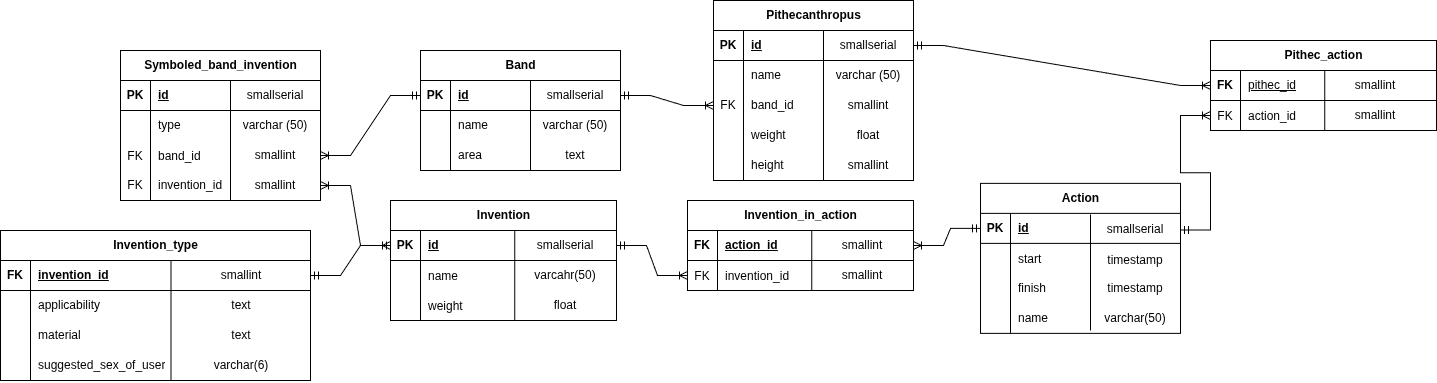
Gh0st1yAnge1/ITMO keeps this draw.io diagram as ISDB/1 (Pithecanthropuses)/Datalogical Model.png. Above is the earlier version. Source tidied: cells renumbered, new cells last; positions are measured from the earlier drawing's top-left corner, leaving out a move shared by most shapes.
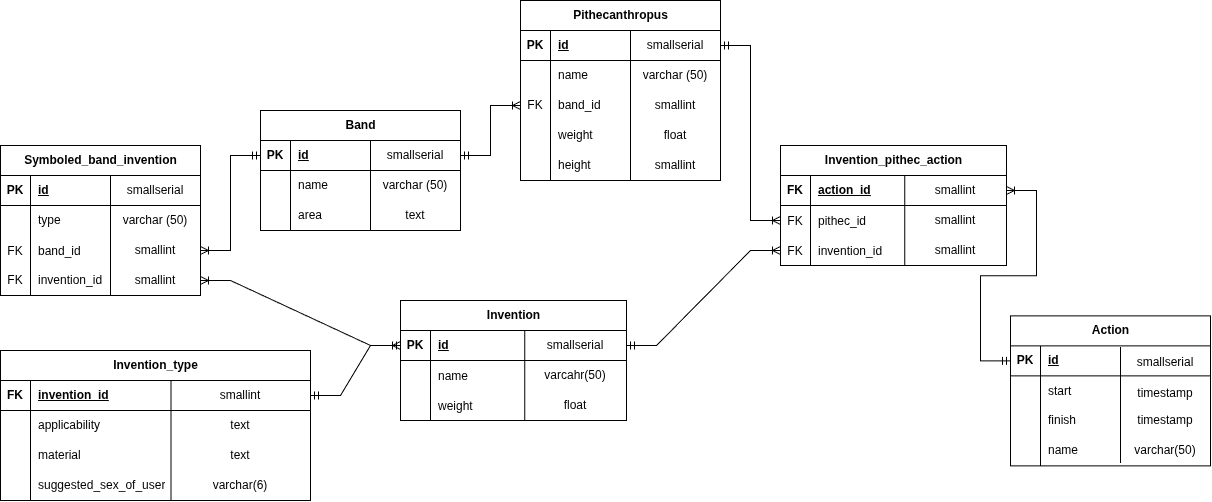
Later version of the same file.

Diff of the diagram source:
```diff
@@ -3,7 +3,7 @@
     <mxCell id="0" />
     <mxCell id="1" parent="0" />
     <mxCell id="2" style="group;" parent="1" vertex="1">
-      <mxGeometry x="420" y="50" width="200" height="120" as="geometry" />
+      <mxGeometry x="420" y="60" width="200" height="120" as="geometry" />
     </mxCell>
     <mxCell id="3" value="Band" style="shape=table;startSize=30;rowLines=0;fontStyle=1;align=center;html=1;" parent="2" vertex="1">
       <mxGeometry width="200" height="120" as="geometry" />
@@ -48,7 +48,7 @@
       <mxGeometry relative="1" as="geometry" />
     </mxCell>
     <mxCell id="17" style="group;" parent="1" vertex="1">
-      <mxGeometry x="713" width="200" height="150" as="geometry" />
+      <mxGeometry x="680" y="-50" width="200" height="180" as="geometry" />
     </mxCell>
     <mxCell id="18" value="Pithecanthropus" style="shape=table;startSize=30;rowLines=0;fontStyle=1;align=center;html=1;" parent="17" vertex="1">
       <mxGeometry width="200" height="180" as="geometry" />
@@ -110,8 +110,14 @@
     <mxCell id="37" value="float" style="text;html=1;whiteSpace=wrap;strokeColor=none;fillColor=none;align=center;verticalAlign=middle;rounded=0;" parent="17" vertex="1">
       <mxGeometry x="110" y="120" width="90" height="30" as="geometry" />
     </mxCell>
+    <mxCell id="140" value="smallin&lt;span style=&quot;background-color: transparent; color: light-dark(rgb(0, 0, 0), rgb(255, 255, 255));&quot;&gt;t&lt;/span&gt;" style="text;html=1;whiteSpace=wrap;strokeColor=none;fillColor=none;align=center;verticalAlign=middle;rounded=0;" parent="17" vertex="1">
+      <mxGeometry x="110" y="150" width="90" height="30" as="geometry" />
+    </mxCell>
+    <mxCell id="141" style="endArrow=none;html=1;rounded=0;entryX=0;entryY=0;entryDx=0;entryDy=0;exitX=0;exitY=1;exitDx=0;exitDy=0;" parent="17" edge="1" source="140" target="34">
+      <mxGeometry relative="1" as="geometry" />
+    </mxCell>
     <mxCell id="38" style="group;" parent="1" vertex="1">
-      <mxGeometry x="980" y="185" width="200" height="145" as="geometry" />
+      <mxGeometry x="1170" y="267.5" width="200" height="145" as="geometry" />
     </mxCell>
     <mxCell id="39" value="Action" style="shape=table;startSize=30;rowLines=0;fontStyle=1;align=center;html=1;" parent="38" vertex="1">
       <mxGeometry y="-2.1" width="200" height="150" as="geometry" />
@@ -168,7 +174,7 @@
       <mxGeometry x="110" y="120" width="90" height="25" as="geometry" />
     </mxCell>
     <mxCell id="57" style="group;" parent="1" vertex="1">
-      <mxGeometry x="390" y="200" width="226" height="180" as="geometry" />
+      <mxGeometry x="560" y="250" width="226" height="180" as="geometry" />
     </mxCell>
     <mxCell id="58" value="Invention" style="shape=table;startSize=30;rowLines=0;fontStyle=1;align=center;html=1;" parent="57" vertex="1">
       <mxGeometry width="226" height="120" as="geometry" />
@@ -213,7 +219,7 @@
       <mxGeometry relative="1" as="geometry" />
     </mxCell>
     <mxCell id="72" style="group;" parent="1" vertex="1">
-      <mxGeometry y="230" width="310" height="150" as="geometry" />
+      <mxGeometry x="160" y="300" width="310" height="150" as="geometry" />
     </mxCell>
     <mxCell id="73" value="Invention_type" style="shape=table;startSize=30;rowLines=0;fontStyle=1;align=center;html=1;" parent="72" vertex="1">
       <mxGeometry width="310" height="150" as="geometry" />
@@ -270,7 +276,7 @@
       <mxGeometry x="170.5" y="120" width="139.5" height="30" as="geometry" />
     </mxCell>
     <mxCell id="91" style="group;" parent="1" vertex="1">
-      <mxGeometry x="120" y="50" width="200" height="150" as="geometry" />
+      <mxGeometry x="160" y="95" width="200" height="150" as="geometry" />
     </mxCell>
     <mxCell id="92" value="Symboled_band_invention" style="shape=table;startSize=30;rowLines=0;fontStyle=1;align=center;html=1;" parent="91" vertex="1">
       <mxGeometry width="200" height="150" as="geometry" />
@@ -333,10 +339,10 @@
       <mxGeometry relative="1" as="geometry" />
     </mxCell>
     <mxCell id="112" style="group;" parent="1" vertex="1">
-      <mxGeometry x="687" y="200" width="226" height="90" as="geometry" />
+      <mxGeometry x="940" y="95" width="226" height="120" as="geometry" />
     </mxCell>
-    <mxCell id="113" value="Invention_in_action" style="shape=table;startSize=30;rowLines=0;fontStyle=1;align=center;html=1;" parent="112" vertex="1">
-      <mxGeometry width="226" height="90" as="geometry" />
+    <mxCell id="113" value="Invention_pithec_action" style="shape=table;startSize=30;rowLines=0;fontStyle=1;align=center;html=1;" parent="112" vertex="1">
+      <mxGeometry width="226" height="120" as="geometry" />
     </mxCell>
     <mxCell id="114" style="shape=tableRow;horizontal=0;startSize=0;swimlaneHead=0;swimlaneBody=0;fillColor=none;top=0;left=0;right=0;bottom=1;" parent="113" vertex="1">
       <mxGeometry y="30" width="226" height="30" as="geometry" />
@@ -353,61 +359,34 @@
     <mxCell id="118" value="FK" style="shape=partialRectangle;fillColor=none;top=0;left=0;bottom=0;right=0;overflow=hidden;" parent="117" vertex="1">
       <mxGeometry width="30" height="30" as="geometry" />
     </mxCell>
-    <mxCell id="119" value="invention_id" style="shape=partialRectangle;fillColor=none;top=0;left=0;bottom=0;right=0;align=left;spacingLeft=6;overflow=hidden;" parent="117" vertex="1">
+    <mxCell id="119" value="pithec_id" style="shape=partialRectangle;fillColor=none;top=0;left=0;bottom=0;right=0;align=left;spacingLeft=6;overflow=hidden;" parent="117" vertex="1">
       <mxGeometry x="30" width="196" height="30" as="geometry" />
     </mxCell>
+    <mxCell id="142" style="shape=tableRow;horizontal=0;startSize=0;swimlaneHead=0;swimlaneBody=0;fillColor=none;points=[[0,0.5],[1,0.5]];portConstraint=eastwest;top=0;left=0;right=0;bottom=0;" parent="113" vertex="1">
+      <mxGeometry y="90" width="226" height="30" as="geometry" />
+    </mxCell>
+    <mxCell id="129" value="FK" style="shape=partialRectangle;fillColor=none;top=0;left=0;bottom=0;right=0;overflow=hidden;" parent="142" vertex="1">
+      <mxGeometry width="30" height="30" as="geometry" />
+    </mxCell>
+    <mxCell id="143" value="invention_id" style="shape=partialRectangle;fillColor=none;top=0;left=0;bottom=0;right=0;align=left;spacingLeft=6;overflow=hidden;" parent="142" vertex="1">
+      <mxGeometry x="30" width="196" height="30" as="geometry" />
+    </mxCell>
     <mxCell id="120" value="smallint" style="text;html=1;whiteSpace=wrap;strokeColor=none;fillColor=none;align=center;verticalAlign=middle;rounded=0;" parent="112" vertex="1">
       <mxGeometry x="124.3" y="30" width="101.7" height="30" as="geometry" />
     </mxCell>
     <mxCell id="121" value="smallint" style="text;html=1;whiteSpace=wrap;strokeColor=none;fillColor=none;align=center;verticalAlign=middle;rounded=0;" parent="112" vertex="1">
       <mxGeometry x="124.3" y="60" width="101.7" height="30" as="geometry" />
     </mxCell>
+    <mxCell id="144" value="smallint" style="text;html=1;whiteSpace=wrap;strokeColor=none;fillColor=none;align=center;verticalAlign=middle;rounded=0;" parent="112" vertex="1">
+      <mxGeometry x="124.3" y="90" width="101.7" height="30" as="geometry" />
+    </mxCell>
-    <mxCell id="122" style="endArrow=none;html=1;rounded=0;entryX=0;entryY=0;entryDx=0;entryDy=0;exitX=0;exitY=1;exitDx=0;exitDy=0;" parent="112" edge="1" source="121" target="120">
+    <mxCell id="122" style="endArrow=none;html=1;rounded=0;entryX=0;entryY=0;entryDx=0;entryDy=0;exitX=0;exitY=1;exitDx=0;exitDy=0;" parent="112" edge="1" source="144" target="120">
       <mxGeometry relative="1" as="geometry" />
     </mxCell>
-    <mxCell id="123" style="group;" parent="1" vertex="1">
-      <mxGeometry x="1200" y="40" width="226" height="90" as="geometry" />
-    </mxCell>
-    <mxCell id="124" value="Pithec_action" style="shape=table;startSize=30;rowLines=0;fontStyle=1;align=center;html=1;" parent="123" vertex="1">
-      <mxGeometry x="10" width="226" height="90" as="geometry" />
-    </mxCell>
-    <mxCell id="125" style="shape=tableRow;horizontal=0;startSize=0;swimlaneHead=0;swimlaneBody=0;fillColor=none;points=[[0,0.5],[1,0.5]];portConstraint=eastwest;top=0;left=0;right=0;bottom=1;" parent="124" vertex="1">
-      <mxGeometry y="30" width="226" height="30" as="geometry" />
-    </mxCell>
-    <mxCell id="126" value="FK" style="shape=partialRectangle;fillColor=none;top=0;left=0;bottom=0;right=0;fontStyle=1;overflow=hidden;whiteSpace=wrap;html=1;" parent="125" vertex="1">
-      <mxGeometry width="30" height="30" as="geometry" />
-    </mxCell>
-    <mxCell id="127" value="&lt;span style=&quot;font-weight: normal;&quot;&gt;pithec_id&lt;/span&gt;" style="shape=partialRectangle;fillColor=none;top=0;left=0;bottom=0;right=0;align=left;spacingLeft=6;fontStyle=5;overflow=hidden;whiteSpace=wrap;html=1;" parent="125" vertex="1">
-      <mxGeometry x="30" width="196" height="30" as="geometry" />
-    </mxCell>
-    <mxCell id="128" style="shape=tableRow;horizontal=0;startSize=0;swimlaneHead=0;swimlaneBody=0;fillColor=none;points=[[0,0.5],[1,0.5]];portConstraint=eastwest;top=0;left=0;right=0;bottom=0;" parent="124" vertex="1">
-      <mxGeometry y="60" width="226" height="30" as="geometry" />
-    </mxCell>
-    <mxCell id="129" value="FK" style="shape=partialRectangle;fillColor=none;top=0;left=0;bottom=0;right=0;overflow=hidden;" parent="128" vertex="1">
-      <mxGeometry width="30" height="30" as="geometry" />
-    </mxCell>
-    <mxCell id="130" value="action_id" style="shape=partialRectangle;fillColor=none;top=0;left=0;bottom=0;right=0;align=left;spacingLeft=6;overflow=hidden;" parent="128" vertex="1">
-      <mxGeometry x="30" width="196" height="30" as="geometry" />
-    </mxCell>
-    <mxCell id="131" value="smallint" style="text;html=1;whiteSpace=wrap;strokeColor=none;fillColor=none;align=center;verticalAlign=middle;rounded=0;" parent="123" vertex="1">
-      <mxGeometry x="124.3" y="30" width="101.7" height="30" as="geometry" />
-    </mxCell>
-    <mxCell id="132" value="smallint" style="text;html=1;whiteSpace=wrap;strokeColor=none;fillColor=none;align=center;verticalAlign=middle;rounded=0;" parent="123" vertex="1">
-      <mxGeometry x="124.3" y="60" width="101.7" height="30" as="geometry" />
-    </mxCell>
-    <mxCell id="133" style="endArrow=none;html=1;rounded=0;entryX=0;entryY=0;entryDx=0;entryDy=0;exitX=0;exitY=1;exitDx=0;exitDy=0;" parent="123" edge="1" source="132" target="131">
-      <mxGeometry relative="1" as="geometry" />
-    </mxCell>
-    <mxCell id="134" style="edgeStyle=entityRelationEdgeStyle;fontSize=12;html=1;endArrow=ERoneToMany;startArrow=ERmandOne;rounded=0;entryX=0;entryY=0.5;entryDx=0;entryDy=0;exitX=1;exitY=0.5;exitDx=0;exitDy=0;" parent="1" edge="1" source="34" target="125">
-      <mxGeometry relative="1" as="geometry" />
-    </mxCell>
-    <mxCell id="135" style="edgeStyle=entityRelationEdgeStyle;fontSize=12;html=1;endArrow=ERoneToMany;startArrow=ERmandOne;rounded=0;entryX=0;entryY=0.5;entryDx=0;entryDy=0;exitX=1;exitY=0.5;exitDx=0;exitDy=0;" parent="1" edge="1" source="52" target="128">
-      <mxGeometry relative="1" as="geometry" />
-    </mxCell>
     <mxCell id="136" style="edgeStyle=entityRelationEdgeStyle;fontSize=12;html=1;endArrow=ERoneToMany;startArrow=ERmandOne;rounded=0;exitX=0;exitY=0.5;exitDx=0;exitDy=0;entryX=1;entryY=0.5;entryDx=0;entryDy=0;" parent="1" edge="1" source="40" target="120">
       <mxGeometry relative="1" as="geometry" />
     </mxCell>
-    <mxCell id="137" style="edgeStyle=entityRelationEdgeStyle;fontSize=12;html=1;endArrow=ERoneToMany;startArrow=ERmandOne;rounded=0;entryX=0;entryY=0.5;entryDx=0;entryDy=0;exitX=1;exitY=0.5;exitDx=0;exitDy=0;" parent="1" edge="1" source="68" target="117">
+    <mxCell id="137" style="edgeStyle=entityRelationEdgeStyle;fontSize=12;html=1;endArrow=ERoneToMany;startArrow=ERmandOne;rounded=0;entryX=0;entryY=0.5;entryDx=0;entryDy=0;exitX=1;exitY=0.5;exitDx=0;exitDy=0;" parent="1" edge="1" source="68" target="142">
       <mxGeometry relative="1" as="geometry" />
     </mxCell>
     <mxCell id="138" style="edgeStyle=entityRelationEdgeStyle;fontSize=12;html=1;endArrow=ERoneToMany;startArrow=ERmandOne;rounded=0;entryX=1;entryY=0.5;entryDx=0;entryDy=0;exitX=0;exitY=0.5;exitDx=0;exitDy=0;" parent="1" edge="1" source="59" target="109">
@@ -416,11 +395,8 @@
     <mxCell id="139" style="edgeStyle=entityRelationEdgeStyle;fontSize=12;html=1;endArrow=ERoneToMany;startArrow=ERmandOne;rounded=0;exitX=0;exitY=0.5;exitDx=0;exitDy=0;entryX=1;entryY=0.5;entryDx=0;entryDy=0;" parent="1" edge="1" source="4" target="106">
       <mxGeometry relative="1" as="geometry" />
     </mxCell>
-    <mxCell id="140" value="smallin&lt;span style=&quot;background-color: transparent; color: light-dark(rgb(0, 0, 0), rgb(255, 255, 255));&quot;&gt;t&lt;/span&gt;" style="text;html=1;whiteSpace=wrap;strokeColor=none;fillColor=none;align=center;verticalAlign=middle;rounded=0;" parent="1" vertex="1">
-      <mxGeometry x="823" y="150" width="90" height="30" as="geometry" />
-    </mxCell>
-    <mxCell id="141" style="endArrow=none;html=1;rounded=0;entryX=0;entryY=0;entryDx=0;entryDy=0;exitX=0;exitY=1;exitDx=0;exitDy=0;" parent="1" edge="1" source="140" target="34">
-      <mxGeometry relative="1" as="geometry" />
-    </mxCell>
+    <mxCell id="145" style="edgeStyle=entityRelationEdgeStyle;fontSize=12;html=1;endArrow=ERoneToMany;startArrow=ERmandOne;rounded=0;exitX=1;exitY=0.5;exitDx=0;exitDy=0;entryX=0;entryY=0.5;entryDx=0;entryDy=0;" parent="1" edge="1" source="34" target="117">
+      <mxGeometry relative="1" as="geometry" />
+    </mxCell>
   </root>
 </mxGraphModel>
```
